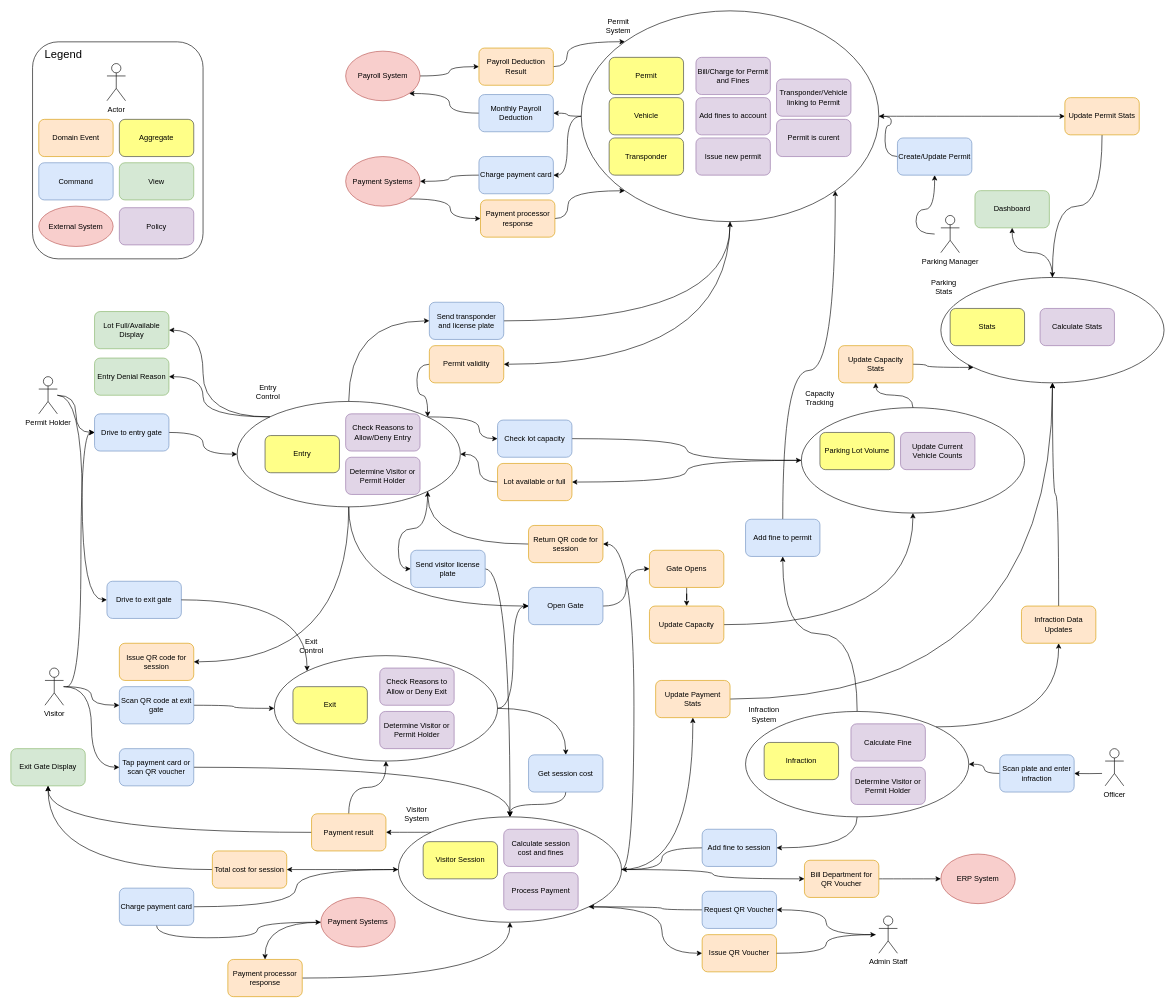
This is mvp.drawio from harwoodr/drawio, a draw.io file, before an edit. Source tidied: cells renumbered, new cells numbered last; positions are measured from the earlier drawing's top-left corner, leaving out a move shared by most shapes. Both pictures are drawn from the tidied source at 62%, with x=0, y=0 at pixel (11, 11).
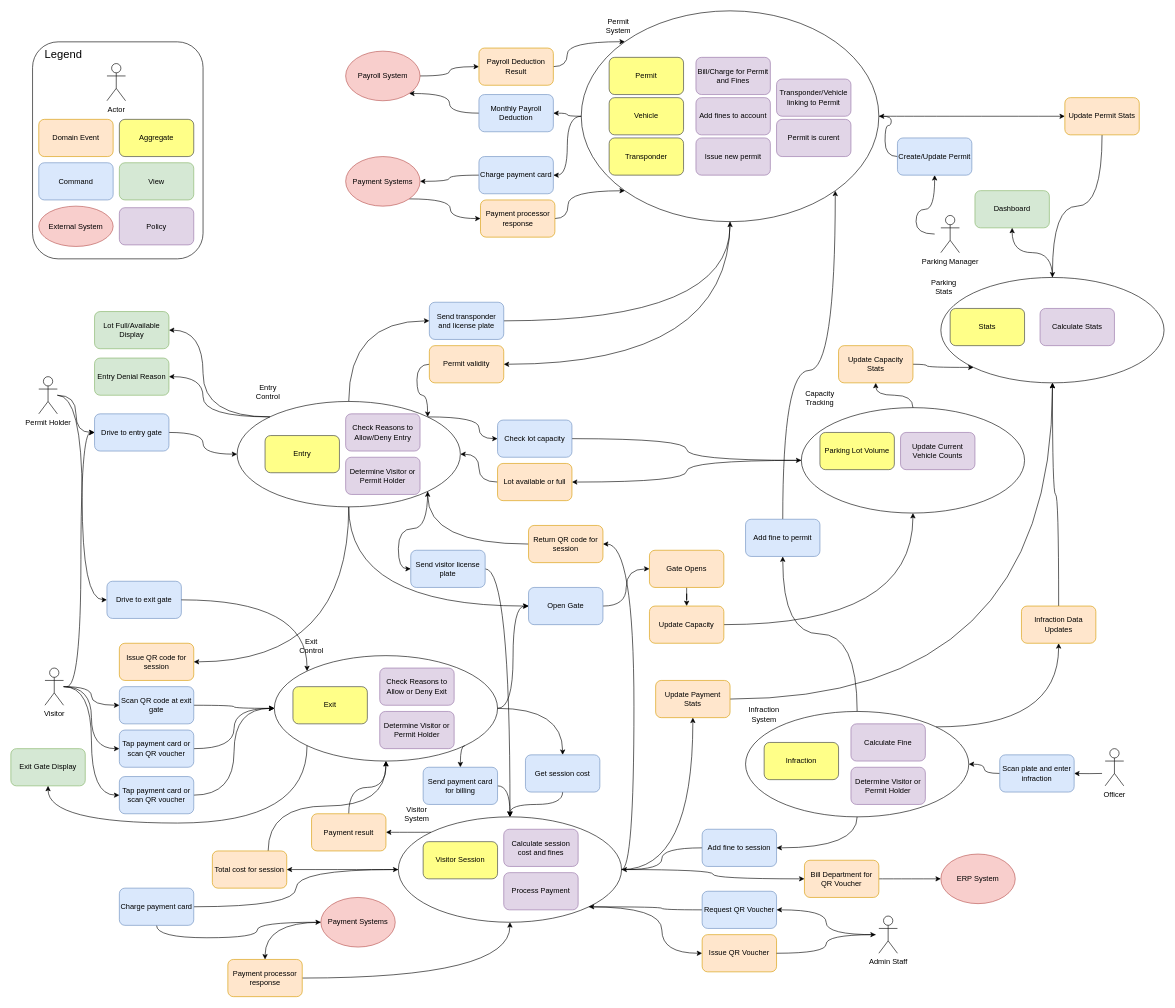
Above is the later version.

The change refers to these unchanged cells:
```xml
<mxCell id="22" style="ellipse;whiteSpace=wrap;html=1;fillColor=none;rounded=1;" parent="1" vertex="1">
  <mxGeometry x="625" y="1300" width="360" height="170" as="geometry" />
</mxCell>
<mxCell id="36" value="Exit Gate Display" style="rounded=1;whiteSpace=wrap;html=1;fillColor=#d5e8d4;strokeColor=#82b366;" parent="1" vertex="1">
  <mxGeometry y="1190" width="120" height="60" as="geometry" />
</mxCell>
<mxCell id="38" value="Total cost for session" style="rounded=1;whiteSpace=wrap;html=1;fillColor=#ffe6cc;strokeColor=#d79b00;" parent="1" vertex="1">
  <mxGeometry x="325" y="1355" width="120" height="60" as="geometry" />
</mxCell>
<mxCell id="41" value="Visitor" style="shape=umlActor;verticalLabelPosition=bottom;verticalAlign=top;html=1;rounded=1;" parent="1" vertex="1">
  <mxGeometry x="55" y="1060" width="30" height="60" as="geometry" />
</mxCell>
<mxCell id="55" style="ellipse;whiteSpace=wrap;html=1;fillColor=none;rounded=1;" parent="1" vertex="1">
  <mxGeometry x="425" y="1040" width="360" height="170" as="geometry" />
</mxCell>
<mxCell id="100" value="Payment result" style="rounded=1;whiteSpace=wrap;html=1;fillColor=#ffe6cc;strokeColor=#d79b00;" parent="1" vertex="1">
  <mxGeometry x="485" y="1295" width="120" height="60" as="geometry" />
</mxCell>
```

Change to the diagram source:
```diff
@@
-    <mxCell id="37" style="edgeStyle=orthogonalEdgeStyle;rounded=1;jettySize=auto;html=1;exitX=0;exitY=0.5;exitDx=0;exitDy=0;entryX=0.5;entryY=1;entryDx=0;entryDy=0;curved=1;" parent="1" edge="1" source="38" target="36">
-      <mxGeometry relative="1" as="geometry" />
+    <mxCell id="37" style="edgeStyle=orthogonalEdgeStyle;rounded=1;jettySize=auto;html=1;exitX=0;exitY=1;exitDx=0;exitDy=0;entryX=0.5;entryY=1;entryDx=0;entryDy=0;curved=1;" parent="1" edge="1" source="55" target="36">
+      <mxGeometry relative="1" as="geometry">
+        <Array as="points">
+          <mxPoint x="478" y="1310" />
+          <mxPoint x="60" y="1310" />
+        </Array>
+      </mxGeometry>
     </mxCell>
+    <mxCell id="167" style="edgeStyle=orthogonalEdgeStyle;rounded=0;jettySize=auto;html=1;exitX=0.75;exitY=0;exitDx=0;exitDy=0;entryX=0.5;entryY=1;entryDx=0;entryDy=0;curved=1;" parent="1" edge="1" source="38" target="55">
+      <mxGeometry relative="1" as="geometry" />
+    </mxCell>
@@
+    <mxCell id="168" style="edgeStyle=orthogonalEdgeStyle;rounded=0;jettySize=auto;html=1;entryX=0;entryY=0.5;entryDx=0;entryDy=0;curved=1;" parent="1" edge="1" source="41" target="171">
+      <mxGeometry relative="1" as="geometry" />
+    </mxCell>
@@
+    <mxCell id="169" style="edgeStyle=orthogonalEdgeStyle;rounded=0;jettySize=auto;html=1;exitX=1;exitY=1;exitDx=0;exitDy=0;entryX=0.5;entryY=0;entryDx=0;entryDy=0;curved=1;" parent="1" edge="1" source="55" target="173">
+      <mxGeometry relative="1" as="geometry" />
+    </mxCell>
@@
     <mxCell id="82" value="Get session cost" style="rounded=1;whiteSpace=wrap;html=1;fillColor=#dae8fc;strokeColor=#6c8ebf;" parent="1" vertex="1">
-      <mxGeometry x="835" y="1200" width="120" height="60" as="geometry" />
+      <mxGeometry x="830" y="1200" width="120" height="60" as="geometry" />
     </mxCell>
@@
-    <mxCell id="91" style="edgeStyle=orthogonalEdgeStyle;rounded=1;jettySize=auto;html=1;exitX=1;exitY=0.5;exitDx=0;exitDy=0;curved=1;" parent="1" edge="1" source="92" target="22">
+    <mxCell id="91" style="edgeStyle=orthogonalEdgeStyle;rounded=1;jettySize=auto;html=1;exitX=1;exitY=0.5;exitDx=0;exitDy=0;curved=1;entryX=0;entryY=0.5;entryDx=0;entryDy=0;" parent="1" edge="1" source="92" target="55">
       <mxGeometry relative="1" as="geometry" />
     </mxCell>
     <mxCell id="92" value="Tap payment card or scan QR voucher" style="rounded=1;whiteSpace=wrap;html=1;fillColor=#dae8fc;strokeColor=#6c8ebf;" parent="1" vertex="1">
-      <mxGeometry x="175" y="1190" width="120" height="60" as="geometry" />
+      <mxGeometry x="175" y="1160" width="120" height="60" as="geometry" />
     </mxCell>
@@
-    <mxCell id="99" style="edgeStyle=orthogonalEdgeStyle;rounded=0;jettySize=auto;html=1;exitX=0;exitY=0.5;exitDx=0;exitDy=0;entryX=0.5;entryY=1;entryDx=0;entryDy=0;curved=1;" parent="1" edge="1" source="100" target="36">
-      <mxGeometry relative="1" as="geometry" />
-    </mxCell>
@@
+    <mxCell id="170" style="edgeStyle=orthogonalEdgeStyle;rounded=0;jettySize=auto;html=1;exitX=1;exitY=0.5;exitDx=0;exitDy=0;entryX=0;entryY=0.5;entryDx=0;entryDy=0;curved=1;" parent="1" edge="1" source="171" target="55">
+      <mxGeometry relative="1" as="geometry" />
+    </mxCell>
+    <mxCell id="171" value="Tap payment card or scan QR voucher" style="rounded=1;whiteSpace=wrap;html=1;fillColor=#dae8fc;strokeColor=#6c8ebf;" parent="1" vertex="1">
+      <mxGeometry x="175" y="1235" width="120" height="60" as="geometry" />
+    </mxCell>
+    <mxCell id="172" style="edgeStyle=orthogonalEdgeStyle;rounded=0;jettySize=auto;html=1;exitX=1;exitY=0.5;exitDx=0;exitDy=0;entryX=0.5;entryY=0;entryDx=0;entryDy=0;curved=1;" parent="1" edge="1" source="173" target="22">
+      <mxGeometry relative="1" as="geometry" />
+    </mxCell>
+    <mxCell id="173" value="Send payment card for billing" style="rounded=1;whiteSpace=wrap;html=1;fillColor=#dae8fc;strokeColor=#6c8ebf;" parent="1" vertex="1">
+      <mxGeometry x="665" y="1220" width="120" height="60" as="geometry" />
+    </mxCell>
```
